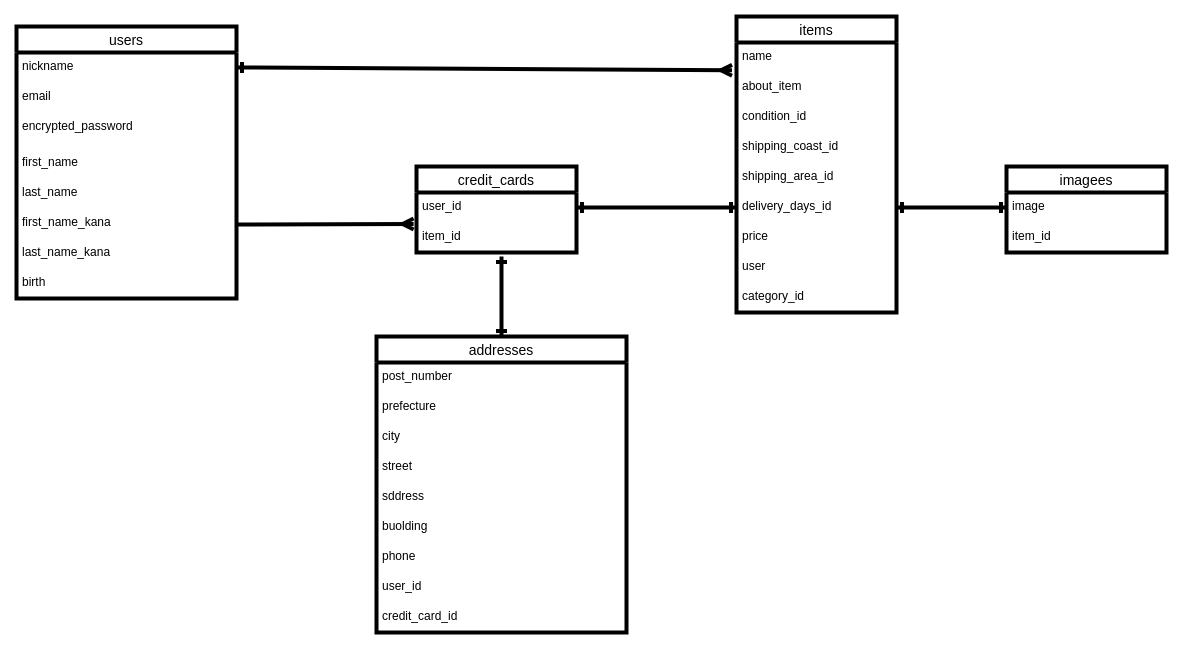
The draw.io diagram app/views/test.dio in hugele/furima-3798, before the edit. Source tidied: cells renumbered, new cells numbered last; positions are measured from the earlier drawing's top-left corner, leaving out a move shared by most shapes. Both pictures are drawn from the tidied source at 100%, with x=0, y=0 at pixel (16, 16).
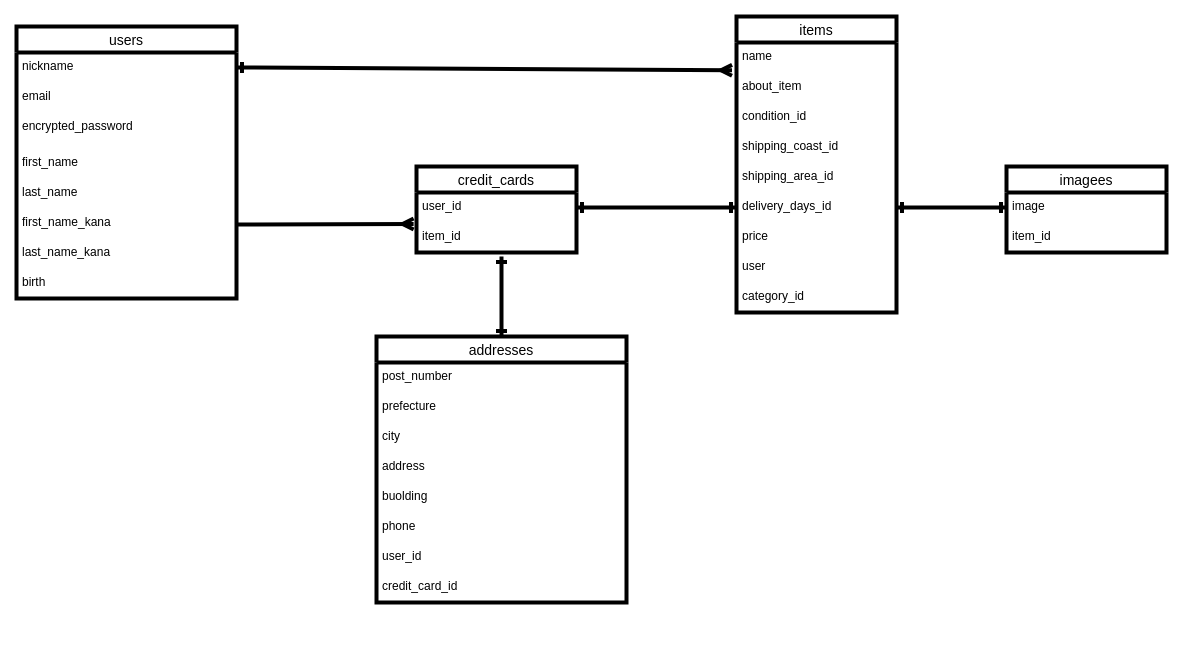
After the change.

Change to the diagram source:
```diff
@@
     <mxCell id="3" value="addresses" style="swimlane;fontStyle=0;horizontal=1;startSize=26;align=center;fontSize=14;strokeWidth=4;" parent="1" vertex="1">
-      <mxGeometry x="360" y="320" width="250" height="296" as="geometry" />
+      <mxGeometry x="360" y="320" width="250" height="266" as="geometry" />
     </mxCell>
@@
-    <mxCell id="7" value="street" style="text;strokeColor=none;fillColor=none;spacingLeft=4;spacingRight=4;overflow=hidden;fontSize=12;strokeWidth=4;" parent="3" vertex="1">
-      <mxGeometry y="116" width="250" height="30" as="geometry" />
-    </mxCell>
-    <mxCell id="8" value="sddress" style="text;strokeColor=none;fillColor=none;spacingLeft=4;spacingRight=4;overflow=hidden;fontSize=12;strokeWidth=4;" parent="3" vertex="1">
-      <mxGeometry y="146" width="250" height="30" as="geometry" />
+    <mxCell id="8" value="address" style="text;strokeColor=none;fillColor=none;spacingLeft=4;spacingRight=4;overflow=hidden;fontSize=12;strokeWidth=4;" parent="3" vertex="1">
+      <mxGeometry y="116" width="250" height="30" as="geometry" />
     </mxCell>
     <mxCell id="9" value="buolding" style="text;strokeColor=none;fillColor=none;spacingLeft=4;spacingRight=4;overflow=hidden;fontSize=12;strokeWidth=4;" parent="3" vertex="1">
-      <mxGeometry y="176" width="250" height="30" as="geometry" />
+      <mxGeometry y="146" width="250" height="30" as="geometry" />
     </mxCell>
     <mxCell id="10" value="phone" style="text;strokeColor=none;fillColor=none;spacingLeft=4;spacingRight=4;overflow=hidden;fontSize=12;strokeWidth=4;" parent="3" vertex="1">
-      <mxGeometry y="206" width="250" height="30" as="geometry" />
+      <mxGeometry y="176" width="250" height="30" as="geometry" />
     </mxCell>
     <mxCell id="11" value="user_id" style="text;strokeColor=none;fillColor=none;spacingLeft=4;spacingRight=4;overflow=hidden;fontSize=12;strokeWidth=4;" parent="3" vertex="1">
-      <mxGeometry y="236" width="250" height="30" as="geometry" />
+      <mxGeometry y="206" width="250" height="30" as="geometry" />
     </mxCell>
     <mxCell id="12" value="credit_card_id " style="text;strokeColor=none;fillColor=none;spacingLeft=4;spacingRight=4;overflow=hidden;fontSize=12;strokeWidth=4;" parent="3" vertex="1">
-      <mxGeometry y="266" width="250" height="30" as="geometry" />
+      <mxGeometry y="236" width="250" height="30" as="geometry" />
     </mxCell>
```
